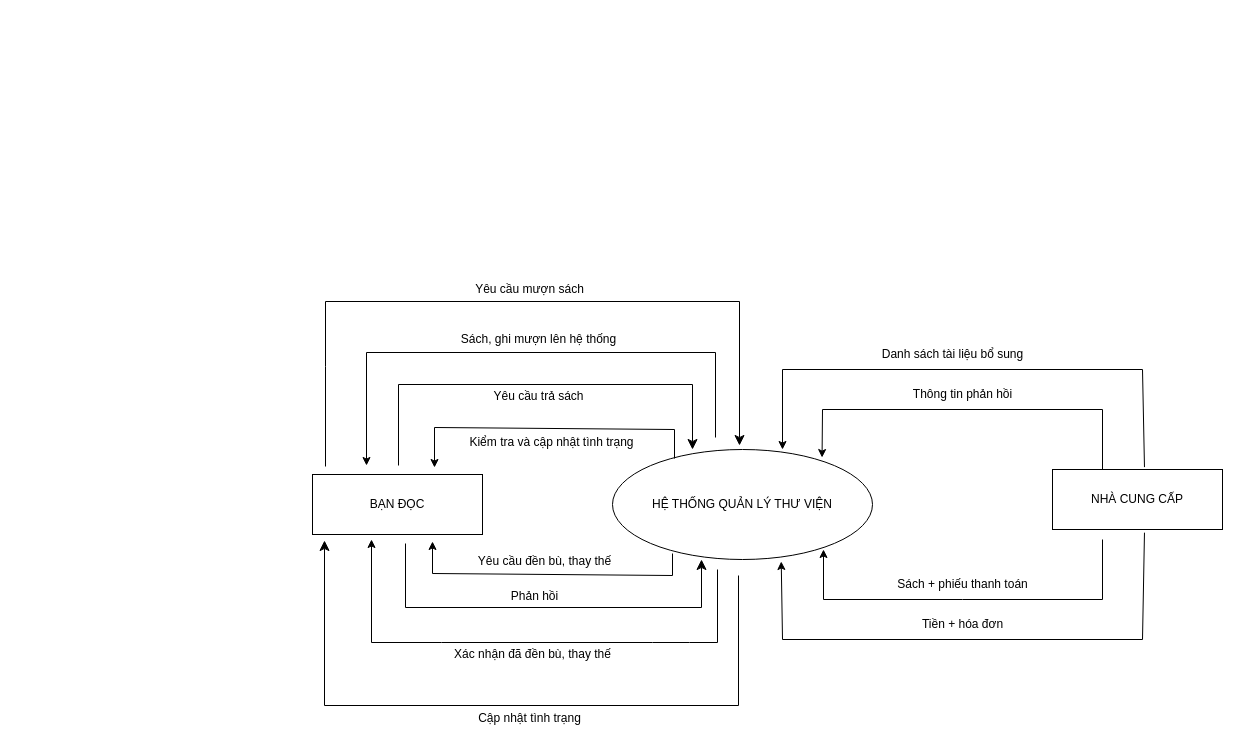
Before: page "Luồng DL mức ngữ cảnh" (2 of 8) of Đồ án nhóm 1.drawio in Nguyenquynh235/DoAnNhom1, a draw.io diagram. Source tidied: cells renumbered, new cells numbered last; positions are measured from the earlier drawing's top-left corner, leaving out a move shared by most shapes. Both pictures are drawn from the tidied source at 100%, with x=0, y=0 at pixel (17, 17).
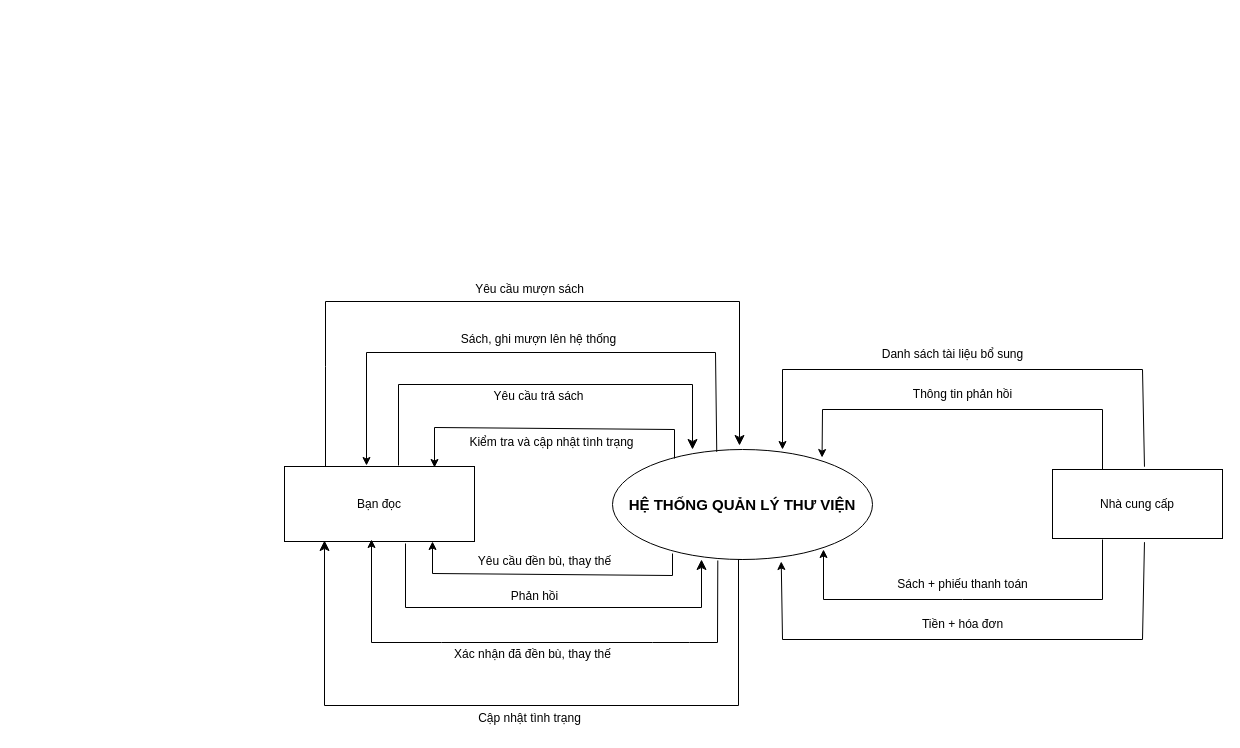
The same page after the edit.

What changed in the source:
```diff
@@
-    <mxCell id="4" value="HỆ THỐNG QUẢN LÝ THƯ VIỆN" style="ellipse;whiteSpace=wrap;html=1;" parent="1" vertex="1">
+    <mxCell id="4" value="&lt;b&gt;&lt;font style=&quot;font-size: 15px;&quot;&gt;HỆ THỐNG QUẢN LÝ THƯ VIỆN&lt;/font&gt;&lt;/b&gt;" style="ellipse;whiteSpace=wrap;html=1;" parent="1" vertex="1">
       <mxGeometry x="595" y="432" width="260" height="110" as="geometry" />
     </mxCell>
-    <mxCell id="5" value="BẠN ĐỌC" style="rounded=0;whiteSpace=wrap;html=1;" parent="1" vertex="1">
-      <mxGeometry x="295" y="457" width="170" height="60" as="geometry" />
+    <mxCell id="5" value="Bạn đọc" style="rounded=0;whiteSpace=wrap;html=1;" parent="1" vertex="1">
+      <mxGeometry x="267" y="449" width="190" height="75" as="geometry" />
     </mxCell>
-    <mxCell id="6" value="NHÀ CUNG CẤP" style="rounded=0;whiteSpace=wrap;html=1;" parent="1" vertex="1">
-      <mxGeometry x="1035" y="452" width="170" height="60" as="geometry" />
+    <mxCell id="6" value="Nhà cung cấp" style="rounded=0;whiteSpace=wrap;html=1;" parent="1" vertex="1">
+      <mxGeometry x="1035" y="452" width="170" height="69" as="geometry" />
     </mxCell>
@@
-    <mxCell id="18" style="endArrow=classic;html=1;rounded=0;" parent="1" edge="1">
+    <mxCell id="18" style="endArrow=classic;html=1;rounded=0;exitX=0.401;exitY=0.022;exitDx=0;exitDy=0;exitPerimeter=0;" parent="1" edge="1" source="4">
       <mxGeometry relative="1" as="geometry">
-        <mxPoint x="698" y="420" as="sourcePoint" />
         <mxPoint x="349" y="448" as="targetPoint" />
         <Array as="points">
           <mxPoint x="698" y="335" />
           <mxPoint x="349" y="335" />
         </Array>
       </mxGeometry>
     </mxCell>
-    <mxCell id="19" style="endArrow=classic;html=1;rounded=0;" parent="1" edge="1">
+    <mxCell id="19" style="endArrow=classic;html=1;rounded=0;exitX=0.405;exitY=1.009;exitDx=0;exitDy=0;exitPerimeter=0;" parent="1" edge="1" source="4">
       <mxGeometry relative="1" as="geometry">
-        <mxPoint x="700" y="552" as="sourcePoint" />
         <mxPoint x="354" y="522" as="targetPoint" />
         <Array as="points">
           <mxPoint x="700" y="625" />
           <mxPoint x="672" y="625" />
           <mxPoint x="635" y="625" />
           <mxPoint x="424" y="625" />
           <mxPoint x="354" y="625" />
         </Array>
       </mxGeometry>
     </mxCell>
@@
-    <mxCell id="21" style="edgeStyle=segmentEdgeStyle;endArrow=classic;html=1;curved=0;rounded=0;endSize=8;startSize=8;" parent="1" edge="1">
+    <mxCell id="21" style="edgeStyle=segmentEdgeStyle;endArrow=classic;html=1;curved=0;rounded=0;endSize=8;startSize=8;exitX=0.5;exitY=1;exitDx=0;exitDy=0;" parent="1" edge="1" source="4">
       <mxGeometry relative="1" as="geometry">
-        <mxPoint x="721" y="558" as="sourcePoint" />
         <mxPoint x="307" y="523" as="targetPoint" />
         <Array as="points">
+          <mxPoint x="721" y="542" />
           <mxPoint x="721" y="688" />
           <mxPoint x="307" y="688" />
         </Array>
       </mxGeometry>
     </mxCell>
```
